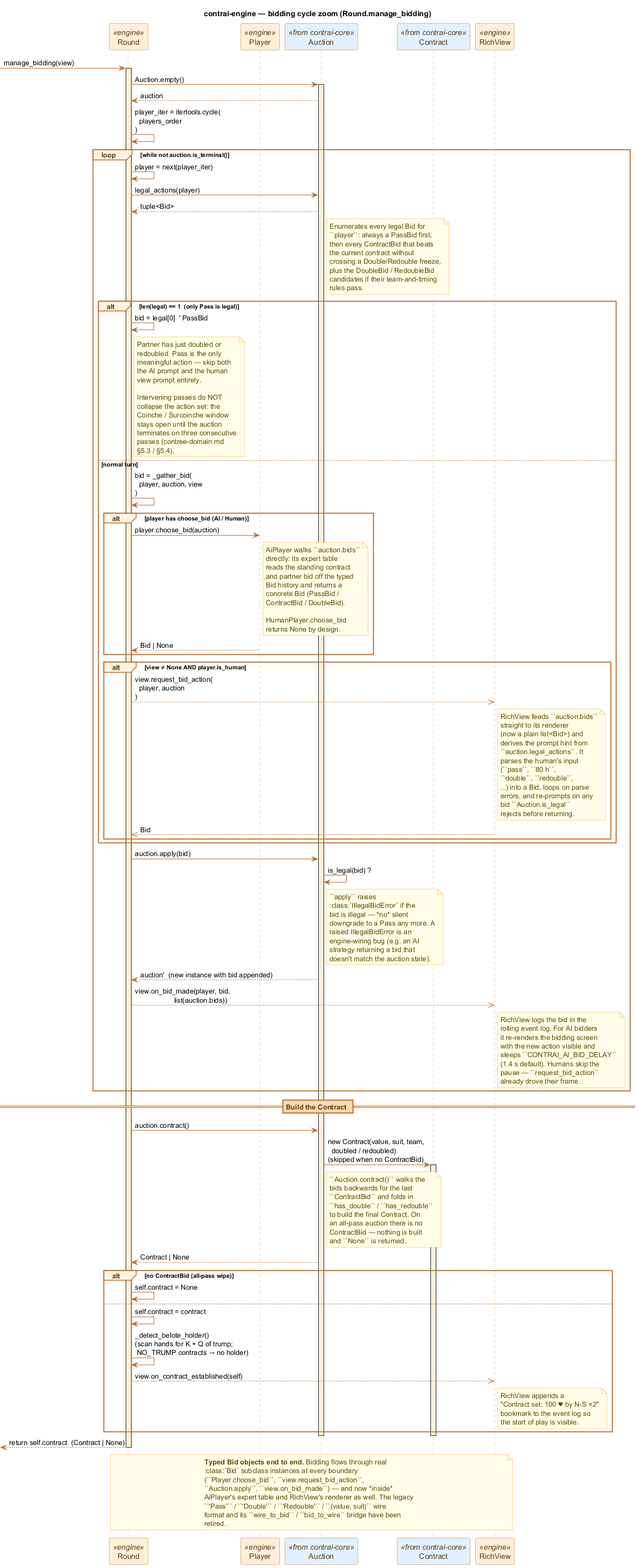
Above: docs/diagrams/seq_bidding.png in valmathieu/ContrAI (PlantUML), before the change.
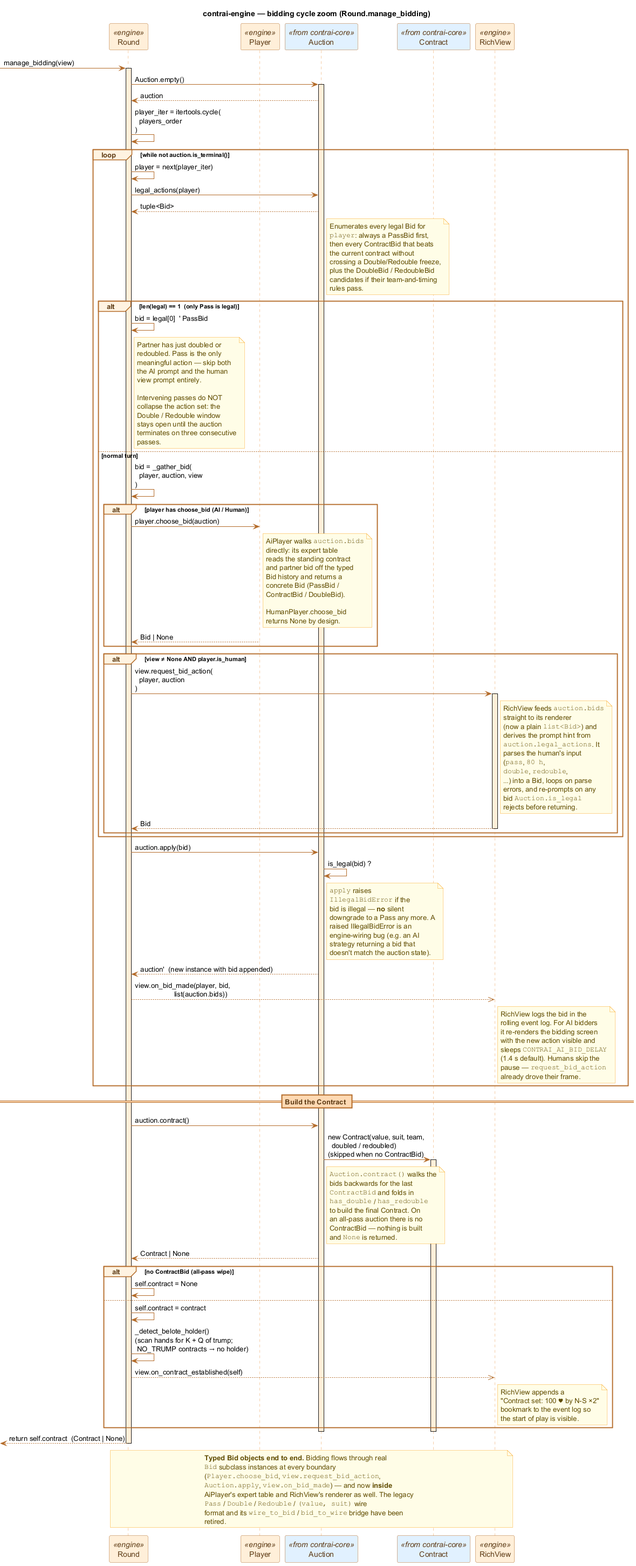
Later version of the same file.

Commit message:
doc(diagrams): fix typos and classes activation in bidding sequence diagram

Change to the diagram source:
```diff
@@ -49,7 +49,7 @@
     A --> R : tuple<Bid>
     note right of A
       Enumerates every legal Bid for
-      ``player``: always a PassBid first,
+      ""player"": always a PassBid first,
       then every ContractBid that beats
       the current contract without
       crossing a Double/Redouble freeze,
@@ -69,11 +69,10 @@
 
           Intervening passes do NOT
           collapse the action set: the
-          Coinche / Surcoinche window
+          Double / Redouble window
           stays open until the auction
           terminates on three consecutive
-          passes (contree-domain.md
-          §5.3 / §5.4).
+          passes.
         end note
     else normal turn
         R -> R : bid = _gather_bid(\n  player, auction, view\n)
@@ -81,7 +80,7 @@
         alt player has choose_bid (AI / Human)
             R -> P : player.choose_bid(auction)
             note right of P
-              AiPlayer walks ``auction.bids``
+              AiPlayer walks ""auction.bids""
               directly: its expert table
               reads the standing contract
               and partner bid off the typed
@@ -96,31 +95,33 @@
         end
 
         alt view ≠ None AND player.is_human
-            R -->> V : view.request_bid_action(\n  player, auction\n)
-            note right of V
-              RichView feeds ``auction.bids``
-              straight to its renderer
-              (now a plain list<Bid>) and
-              derives the prompt hint from
-              ``auction.legal_actions``. It
-              parses the human's input
-              (``pass``, ``80 h``,
-              ``double``, ``redouble``,
-              …) into a Bid, loops on parse
-              errors, and re-prompts on any
-              bid ``Auction.is_legal``
-              rejects before returning.
-            end note
-            V -->> R : Bid
+          R -> V : view.request_bid_action(\n  player, auction\n)
+          activate V
+          note right of V
+            RichView feeds ""auction.bids""
+            straight to its renderer
+            (now a plain ""list<Bid>"") and
+            derives the prompt hint from
+            ""auction.legal_actions"". It
+            parses the human's input
+            (""pass"", ""80 h"",
+            ""double"", ""redouble"",
+            …) into a Bid, loops on parse
+            errors, and re-prompts on any
+            bid ""Auction.is_legal""
+            rejects before returning.
+          end note
+          V --> R : Bid
+          deactivate V
         end
     end
 
     R -> A : auction.apply(bid)
     A -> A : is_legal(bid) ?
     note right of A
-      ``apply`` raises
-      :class:`IllegalBidError` if the
-      bid is illegal — *no* silent
+      ""apply"" raises
+      ""IllegalBidError"" if the
+      bid is illegal — **no** silent
       downgrade to a Pass any more. A
       raised IllegalBidError is an
       engine-wiring bug (e.g. an AI
@@ -135,9 +136,9 @@
       rolling event log. For AI bidders
       it re-renders the bidding screen
       with the new action visible and
-      sleeps ``CONTRAI_AI_BID_DELAY``
+      sleeps ""CONTRAI_AI_BID_DELAY""
       (1.4 s default). Humans skip the
-      pause — ``request_bid_action``
+      pause — ""request_bid_action""
       already drove their frame.
     end note
 
@@ -149,14 +150,14 @@
 A -> CT : new Contract(value, suit, team,\n  doubled / redoubled)\n(skipped when no ContractBid)
 activate CT
 note right of A
-  ``Auction.contract()`` walks the
+  ""Auction.contract()"" walks the
   bids backwards for the last
-  ``ContractBid`` and folds in
-  ``has_double`` / ``has_redouble``
+  ""ContractBid"" and folds in
+  ""has_double"" / ""has_redouble""
   to build the final Contract. On
   an all-pass auction there is no
   ContractBid — nothing is built
-  and ``None`` is returned.
+  and ""None"" is returned.
 end note
 A --> R : Contract | None
 
@@ -182,12 +183,12 @@
 
 note over R, V
   **Typed Bid objects end to end.** Bidding flows through real
-  :class:`Bid` subclass instances at every boundary
-  (``Player.choose_bid``, ``view.request_bid_action``,
-  ``Auction.apply``, ``view.on_bid_made``) — and now *inside*
+  ""Bid"" subclass instances at every boundary
+  (""Player.choose_bid"", ""view.request_bid_action"",
+  ""Auction.apply"", ""view.on_bid_made"") — and now **inside**
   AiPlayer's expert table and RichView's renderer as well. The legacy
-  ``'Pass'`` / ``'Double'`` / ``'Redouble'`` / ``(value, suit)`` wire
-  format and its ``wire_to_bid`` / ``bid_to_wire`` bridge have been
+  ""Pass"" / ""Double"" / ""Redouble"" / ""(value, suit)"" wire
+  format and its ""wire_to_bid"" / ""bid_to_wire"" bridge have been
   retired.
 end note
 
```
